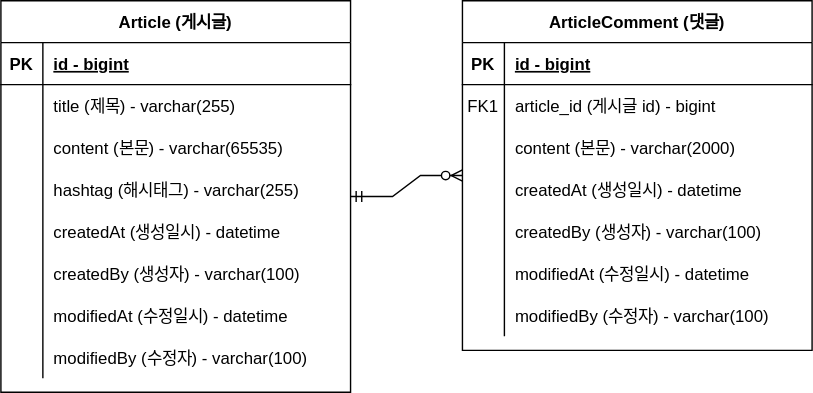
The draw.io diagram document/project-board-erd.svg in zxcv74720/springboot-board-project, before a commit. Source tidied: cells renumbered, new cells last; positions are measured from the earlier drawing's top-left corner, leaving out a move shared by most shapes.
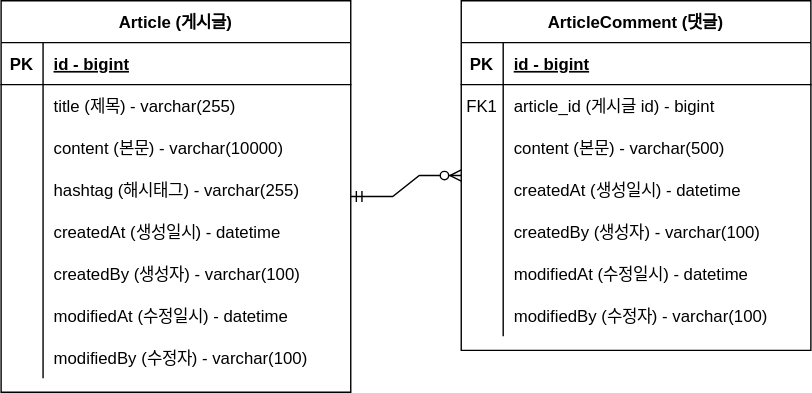
Above is the later version.

Commit message:
#8 - erd 업데이트: content 사이즈 변경

Change to the diagram source:
```diff
@@ -3,7 +3,7 @@
     <mxCell id="0" />
     <mxCell id="1" parent="0" />
     <mxCell id="2" value="ArticleComment (댓글)" style="shape=table;startSize=30;rowLines=0;fontStyle=1;align=center;" parent="1" vertex="1">
-      <mxGeometry x="330" width="250" height="250" as="geometry" />
+      <mxGeometry x="329" width="250" height="250" as="geometry" />
     </mxCell>
     <mxCell id="3" style="shape=partialRectangle;fillColor=none;top=0;left=0;right=0;bottom=1;" parent="2" vertex="1">
       <mxGeometry y="30" width="250" height="30" as="geometry" />
@@ -29,7 +29,7 @@
     <mxCell id="10" style="shape=partialRectangle;overflow=hidden;fillColor=none;top=0;left=0;bottom=0;right=0;" parent="9" vertex="1">
       <mxGeometry width="30" height="30" as="geometry" />
     </mxCell>
-    <mxCell id="11" value="content (본문) - varchar(2000)" style="shape=partialRectangle;overflow=hidden;fillColor=none;top=0;left=0;bottom=0;right=0;align=left;spacingLeft=6;" parent="9" vertex="1">
+    <mxCell id="11" value="content (본문) - varchar(500)" style="shape=partialRectangle;overflow=hidden;fillColor=none;top=0;left=0;bottom=0;right=0;align=left;spacingLeft=6;" parent="9" vertex="1">
       <mxGeometry x="30" width="220" height="30" as="geometry" />
     </mxCell>
     <mxCell id="12" style="shape=tableRow;horizontal=0;startSize=0;swimlaneHead=0;swimlaneBody=0;fillColor=none;top=0;left=0;right=0;bottom=0;" parent="2" vertex="1">
@@ -95,7 +95,7 @@
     <mxCell id="32" style="shape=partialRectangle;fillColor=none;top=0;left=0;bottom=0;right=0;overflow=hidden;" parent="31" vertex="1">
       <mxGeometry width="30" height="30" as="geometry" />
     </mxCell>
-    <mxCell id="33" value="content (본문) - varchar(65535)" style="shape=partialRectangle;fillColor=none;top=0;left=0;bottom=0;right=0;align=left;spacingLeft=6;overflow=hidden;" parent="31" vertex="1">
+    <mxCell id="33" value="content (본문) - varchar(10000)" style="shape=partialRectangle;fillColor=none;top=0;left=0;bottom=0;right=0;align=left;spacingLeft=6;overflow=hidden;" parent="31" vertex="1">
       <mxGeometry x="30" width="220" height="30" as="geometry" />
     </mxCell>
     <mxCell id="34" style="shape=tableRow;horizontal=0;startSize=0;swimlaneHead=0;swimlaneBody=0;fillColor=none;top=0;left=0;right=0;bottom=0;" parent="24" vertex="1">
```
